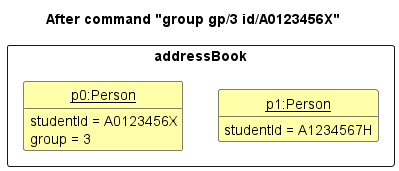
Before: docs/images/GroupState2.png, a diagram exported from PlantUML (willowisp01/tp).
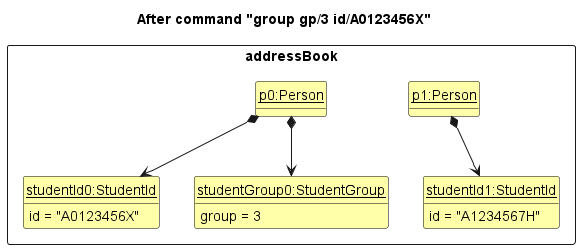
After the change.

Commit message:
Show studentId and Group as objects

What changed in the source:
```diff
@@ -10,15 +10,30 @@
 title After command "group gp/3 id/A0123456X"
 
 package addressBook <<rectangle>> {
+
     class State1 as "<u>p0:Person</u>" {
-        studentId = A0123456X
-        group = 3
 
     }
+
     class State2 as "<u>p1:Person</u>" {
-        studentId = A1234567H
+
+    }
+
+    class studentId0  as "<u>studentId0:StudentId</u>" {
+        id = "A0123456X"
+    }
+
+    class studentId1 as "<u>studentId1:StudentId</u>"{
+        id = "A1234567H"
+    }
+
+    class studentGroup0  as "<u>studentGroup0:StudentGroup</u>" {
+        group = 3
     }
 }
 
 State1 -[hidden]right-> State2
+State1 *-down-> studentId0
+State1 *-down-> studentGroup0
+State2 *-down-> studentId1
 @enduml
```
